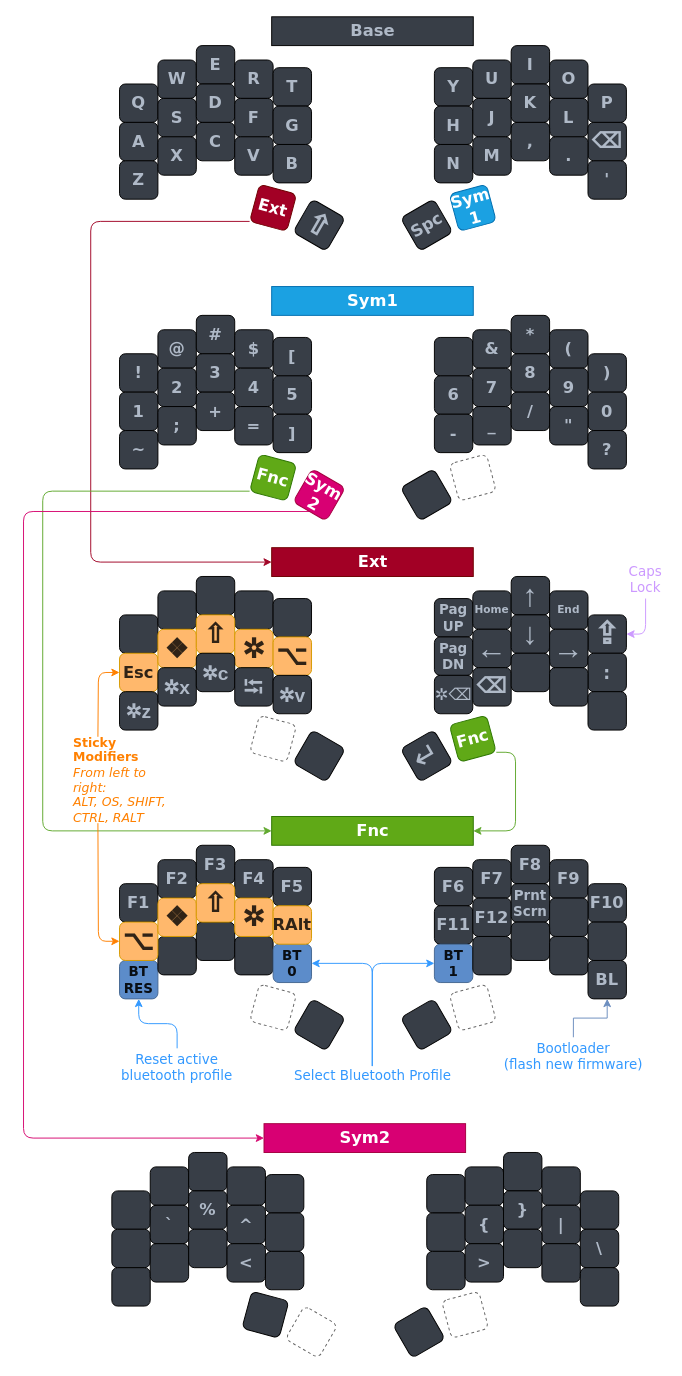
This is carlson-urchin.drawio from CarlsonCarlson/zmk-urchin, a draw.io file, before an edit. Source tidied: cells renumbered, new cells numbered last; positions are measured from the earlier drawing's top-left corner, leaving out a move shared by most shapes. Both pictures are drawn from the tidied source at 96%, with x=0, y=0 at pixel (23, 16).
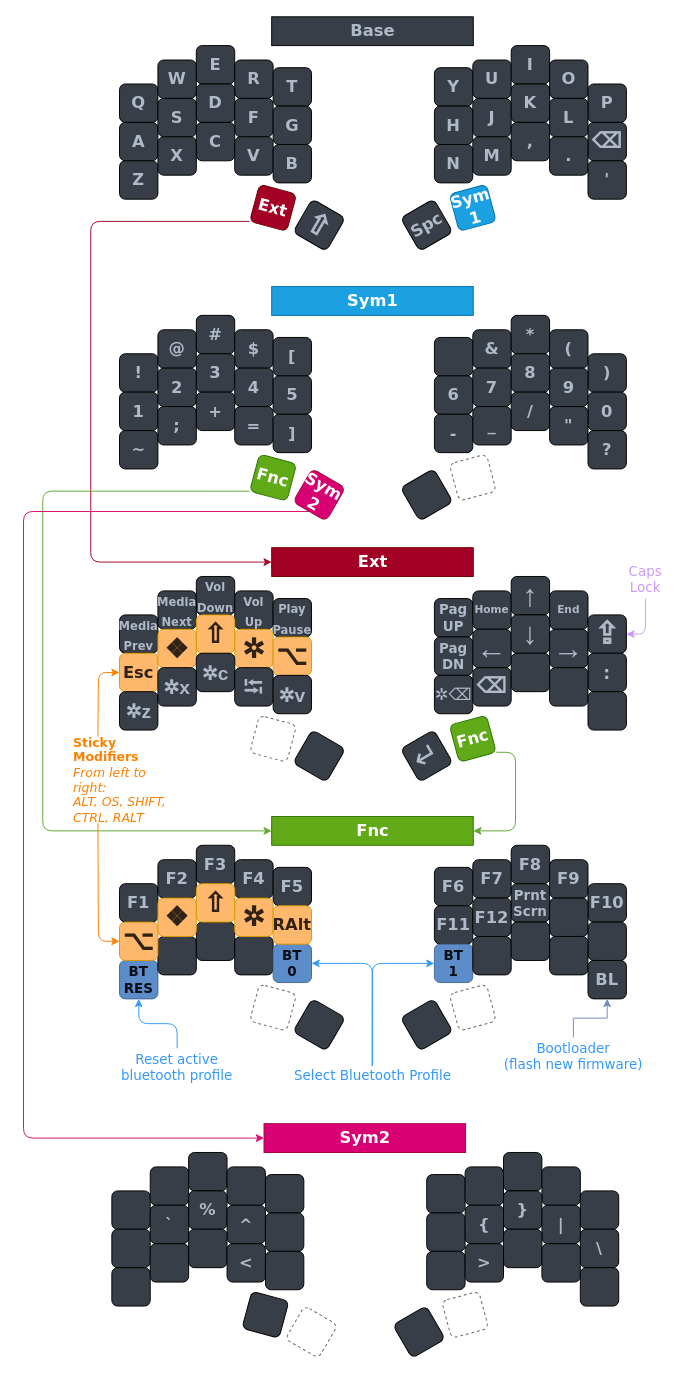
The same diagram, later.

Commit message (it also covers changes not shown here):
move play pause and add vol up and down

The edit, as a diff of the source:
```diff
@@
-    <mxCell id="75" style="whiteSpace=wrap;html=1;fontSize=17;fontFamily=Verdana;fontStyle=1;fontColor=#AFB9C7;fillColor=#383E47;rounded=1;" parent="1" vertex="1">
+    <mxCell id="75" value="&lt;font style=&quot;font-size: 12px;&quot;&gt;Media Prev&lt;/font&gt;" style="whiteSpace=wrap;html=1;fontSize=17;fontFamily=Verdana;fontStyle=1;fontColor=#AFB9C7;fillColor=#383E47;rounded=1;" parent="1" vertex="1">
       <mxGeometry x="100" y="623" width="40" height="40" as="geometry" />
     </mxCell>
-    <mxCell id="76" style="whiteSpace=wrap;html=1;fontSize=17;fontFamily=Verdana;fontStyle=1;fontColor=#AFB9C7;fillColor=#383E47;rounded=1;" parent="1" vertex="1">
+    <mxCell id="76" value="&lt;span style=&quot;font-size: 12px;&quot;&gt;Media Next&lt;/span&gt;" style="whiteSpace=wrap;html=1;fontSize=17;fontFamily=Verdana;fontStyle=1;fontColor=#AFB9C7;fillColor=#383E47;rounded=1;" parent="1" vertex="1">
       <mxGeometry x="140" y="598" width="40" height="40" as="geometry" />
     </mxCell>
-    <mxCell id="77" style="whiteSpace=wrap;html=1;fontSize=17;fontFamily=Verdana;fontStyle=1;fontColor=#AFB9C7;fillColor=#383E47;rounded=1;" parent="1" vertex="1">
+    <mxCell id="77" value="&lt;span style=&quot;font-size: 12px;&quot;&gt;Vol Down&lt;/span&gt;" style="whiteSpace=wrap;html=1;fontSize=17;fontFamily=Verdana;fontStyle=1;fontColor=#AFB9C7;fillColor=#383E47;rounded=1;" parent="1" vertex="1">
       <mxGeometry x="180" y="583" width="40" height="40" as="geometry" />
     </mxCell>
-    <mxCell id="78" style="whiteSpace=wrap;html=1;fontSize=17;fontFamily=Verdana;fontStyle=1;fontColor=#AFB9C7;fillColor=#383E47;rounded=1;" parent="1" vertex="1">
+    <mxCell id="78" value="&lt;span style=&quot;font-size: 12px;&quot;&gt;Vol Up&lt;/span&gt;" style="whiteSpace=wrap;html=1;fontSize=17;fontFamily=Verdana;fontStyle=1;fontColor=#AFB9C7;fillColor=#383E47;rounded=1;" parent="1" vertex="1">
       <mxGeometry x="220" y="598" width="40" height="40" as="geometry" />
     </mxCell>
-    <mxCell id="79" style="whiteSpace=wrap;html=1;fontSize=17;fontFamily=Verdana;fontStyle=1;fontColor=#AFB9C7;fillColor=#383E47;rounded=1;" parent="1" vertex="1">
+    <mxCell id="79" value="&lt;span style=&quot;font-size: 12px;&quot;&gt;Play Pause&lt;/span&gt;" style="whiteSpace=wrap;html=1;fontSize=17;fontFamily=Verdana;fontStyle=1;fontColor=#AFB9C7;fillColor=#383E47;rounded=1;" parent="1" vertex="1">
       <mxGeometry x="260" y="606" width="40" height="40" as="geometry" />
     </mxCell>
```
